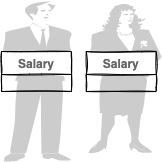
OOIT-com/web3-apps keeps this draw.io diagram as src/components/images/salary-manager.png. Above is the earlier version. Source tidied: cells renumbered, new cells last; positions are measured from the earlier drawing's top-left corner, leaving out a move shared by most shapes.
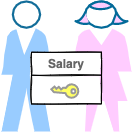
The same file after the commit.

What changed in the source:
```diff
@@ -2,17 +2,17 @@
   <root>
     <mxCell id="0" />
     <mxCell id="1" parent="0" />
-    <mxCell id="2" style="group;" parent="1" vertex="1">
-      <mxGeometry width="160" height="160" as="geometry" />
+    <mxCell id="2" style="shape=mxgraph.cisco.people.standing_man;html=1;dashed=0;fillColor=#99CCFF;strokeColor=#ffffff;strokeWidth=2;verticalLabelPosition=bottom;verticalAlign=top;align=center;" parent="1" vertex="1">
+      <mxGeometry width="50" height="130" as="geometry" />
     </mxCell>
-    <mxCell id="3" style="shape=mxgraph.cisco.people.man_woman;html=1;dashed=0;fillColor=#CCCCCC;strokeColor=#ffffff;strokeWidth=2;verticalLabelPosition=bottom;verticalAlign=top;align=center;rounded=1;shadow=0;labelBackgroundColor=#99FFFF;sketch=0;fontFamily=Open Sans;fontSource=https%3A%2F%2Ffonts.googleapis.com%2Fcss%3Ffamily%3DOpen%2BSans;fontSize=50;fontColor=#3333FF;" parent="2" vertex="1">
-      <mxGeometry width="160" height="160" as="geometry" />
+    <mxCell id="3" style="shape=mxgraph.cisco.people.standing_woman;html=1;dashed=0;fillColor=#FFCCFF;strokeColor=default;strokeWidth=2;verticalLabelPosition=bottom;verticalAlign=top;align=center;fontColor=default;" parent="1" vertex="1">
+      <mxGeometry x="70" width="60" height="130" as="geometry" />
     </mxCell>
-    <mxCell id="4" value="Salary" style="swimlane;shadow=0;sketch=1;glass=0;fontColor=#666666;" parent="2" vertex="1">
-      <mxGeometry y="50" width="70" height="40" as="geometry" />
+    <mxCell id="4" value="Salary" style="swimlane;shadow=0;sketch=1;glass=0;fontColor=#666666;swimlaneFillColor=default;" parent="1" vertex="1">
+      <mxGeometry x="30" y="50.7" width="70" height="51.8" as="geometry" />
     </mxCell>
-    <mxCell id="5" value="Salary" style="swimlane;shadow=0;sketch=1;glass=0;fontColor=#666666;" parent="2" vertex="1">
-      <mxGeometry x="84.8" y="50" width="70" height="40" as="geometry" />
+    <mxCell id="5" style="sketch=0;shadow=0;dashed=0;html=1;strokeColor=#999999;labelPosition=center;verticalLabelPosition=bottom;verticalAlign=top;align=center;shape=mxgraph.office.security.key_permissions;fillColor=#FFFF66;labelBackgroundColor=#99FFFF;fontFamily=Open Sans;fontSource=https%3A%2F%2Ffonts.googleapis.com%2Fcss%3Ffamily%3DOpen%2BSans;fontSize=50;fontColor=#3333FF;fillStyle=solid;rotation=95;strokeWidth=2;flipH=1;" parent="4" vertex="1">
+      <mxGeometry x="26.6" y="24.8" width="13.4" height="27" as="geometry" />
     </mxCell>
   </root>
 </mxGraphModel>
```
